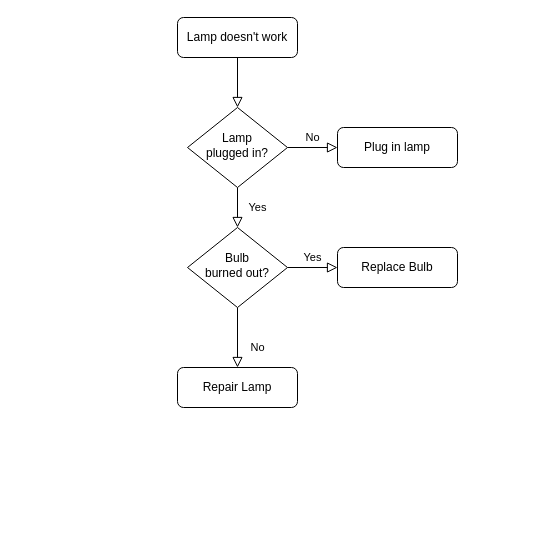
SivaPriya03/React_internals keeps this draw.io diagram as concurrent.drawio. Above is the earlier version. Source tidied: cells renumbered, new cells numbered last; positions are measured from the earlier drawing's top-left corner, leaving out a move shared by most shapes. Both pictures are drawn from the tidied source at 100%, with x=0, y=0 at pixel (177, 17).
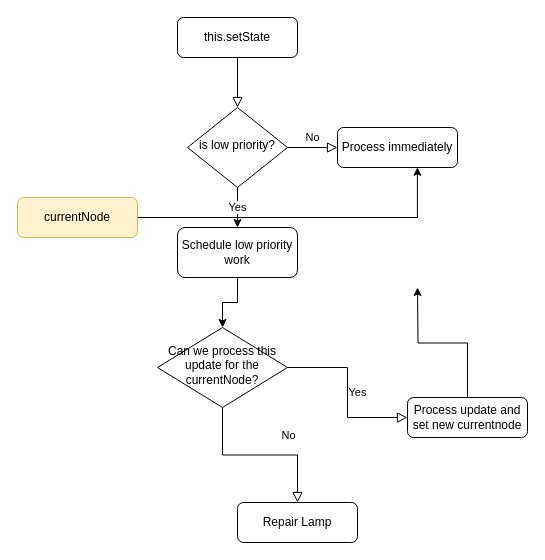
The same diagram, later.

Change to the diagram source:
```diff
@@
 <mxGraphModel>
   <root>
     <mxCell id="0" />
     <mxCell id="1" parent="0" />
     <mxCell id="2" style="rounded=0;html=1;jettySize=auto;fontSize=11;endArrow=block;endFill=0;endSize=8;strokeWidth=1;shadow=0;labelBackgroundColor=none;edgeStyle=orthogonalEdgeStyle;" parent="1" edge="1" source="3" target="6">
       <mxGeometry relative="1" as="geometry" />
     </mxCell>
-    <mxCell id="3" value="Lamp doesn't work" style="rounded=1;whiteSpace=wrap;html=1;fontSize=12;glass=0;strokeWidth=1;shadow=0;" parent="1" vertex="1">
+    <mxCell id="3" value="this.setState" style="rounded=1;whiteSpace=wrap;html=1;fontSize=12;glass=0;strokeWidth=1;shadow=0;" parent="1" vertex="1">
       <mxGeometry width="120" height="40" as="geometry" />
     </mxCell>
+    <mxCell id="5" value="No" style="edgeStyle=orthogonalEdgeStyle;rounded=0;html=1;jettySize=auto;fontSize=11;endArrow=block;endFill=0;endSize=8;strokeWidth=1;shadow=0;labelBackgroundColor=none;" parent="1" edge="1" source="6" target="7">
+      <mxGeometry y="10" relative="1" as="geometry" />
+    </mxCell>
-    <mxCell id="4" value="Yes" style="rounded=0;html=1;jettySize=auto;fontSize=11;endArrow=block;endFill=0;endSize=8;strokeWidth=1;shadow=0;labelBackgroundColor=none;edgeStyle=orthogonalEdgeStyle;" parent="1" edge="1" source="6" target="10">
-      <mxGeometry y="20" relative="1" as="geometry" />
+    <mxCell id="4" value="Yes" style="edgeStyle=orthogonalEdgeStyle;rounded=0;jettySize=auto;html=1;" parent="1" edge="1" source="6" target="15">
+      <mxGeometry relative="1" as="geometry" />
     </mxCell>
-    <mxCell id="5" value="No" style="edgeStyle=orthogonalEdgeStyle;rounded=0;html=1;jettySize=auto;fontSize=11;endArrow=block;endFill=0;endSize=8;strokeWidth=1;shadow=0;labelBackgroundColor=none;" parent="1" edge="1" source="6" target="7">
-      <mxGeometry y="10" relative="1" as="geometry" />
-    </mxCell>
-    <mxCell id="6" value="Lamp&lt;br&gt;plugged in?" style="rhombus;whiteSpace=wrap;html=1;shadow=0;fontFamily=Helvetica;fontSize=12;align=center;strokeWidth=1;spacing=6;spacingTop=-4;" parent="1" vertex="1">
+    <mxCell id="6" value="is low priority?" style="rhombus;whiteSpace=wrap;html=1;shadow=0;fontFamily=Helvetica;fontSize=12;align=center;strokeWidth=1;spacing=6;spacingTop=-4;" parent="1" vertex="1">
       <mxGeometry x="10" y="90" width="100" height="80" as="geometry" />
     </mxCell>
-    <mxCell id="7" value="Plug in lamp" style="rounded=1;whiteSpace=wrap;html=1;fontSize=12;glass=0;strokeWidth=1;shadow=0;" parent="1" vertex="1">
+    <mxCell id="7" value="Process immediately" style="rounded=1;whiteSpace=wrap;html=1;fontSize=12;glass=0;strokeWidth=1;shadow=0;" parent="1" vertex="1">
       <mxGeometry x="160" y="110" width="120" height="40" as="geometry" />
     </mxCell>
     <mxCell id="8" value="No" style="rounded=0;html=1;jettySize=auto;fontSize=11;endArrow=block;endFill=0;endSize=8;strokeWidth=1;shadow=0;labelBackgroundColor=none;edgeStyle=orthogonalEdgeStyle;" parent="1" edge="1" source="10" target="11">
       <mxGeometry x="0.33" y="20" relative="1" as="geometry" />
     </mxCell>
     <mxCell id="9" value="Yes" style="edgeStyle=orthogonalEdgeStyle;rounded=0;html=1;jettySize=auto;fontSize=11;endArrow=block;endFill=0;endSize=8;strokeWidth=1;shadow=0;labelBackgroundColor=none;" parent="1" edge="1" source="10" target="12">
       <mxGeometry y="10" relative="1" as="geometry" />
     </mxCell>
-    <mxCell id="10" value="Bulb&lt;br&gt;burned out?" style="rhombus;whiteSpace=wrap;html=1;shadow=0;fontFamily=Helvetica;fontSize=12;align=center;strokeWidth=1;spacing=6;spacingTop=-4;" parent="1" vertex="1">
-      <mxGeometry x="10" y="210" width="100" height="80" as="geometry" />
+    <mxCell id="10" value="Can we process this update for the currentNode?" style="rhombus;whiteSpace=wrap;html=1;shadow=0;fontFamily=Helvetica;fontSize=12;align=center;strokeWidth=1;spacing=6;spacingTop=-4;" parent="1" vertex="1">
+      <mxGeometry x="-20" y="310" width="130" height="80" as="geometry" />
     </mxCell>
     <mxCell id="11" value="Repair Lamp" style="rounded=1;whiteSpace=wrap;html=1;fontSize=12;glass=0;strokeWidth=1;shadow=0;" parent="1" vertex="1">
-      <mxGeometry y="350" width="120" height="40" as="geometry" />
+      <mxGeometry x="60" y="485" width="120" height="40" as="geometry" />
     </mxCell>
+    <mxCell id="13" style="edgeStyle=orthogonalEdgeStyle;rounded=0;jettySize=auto;html=1;" parent="1" edge="1" source="12">
+      <mxGeometry relative="1" as="geometry">
+        <mxPoint x="240" y="270" as="targetPoint" />
+      </mxGeometry>
+    </mxCell>
-    <mxCell id="12" value="Replace Bulb" style="rounded=1;whiteSpace=wrap;html=1;fontSize=12;glass=0;strokeWidth=1;shadow=0;" parent="1" vertex="1">
-      <mxGeometry x="160" y="230" width="120" height="40" as="geometry" />
+    <mxCell id="12" value="Process update and set new currentnode" style="rounded=1;whiteSpace=wrap;html=1;fontSize=12;glass=0;strokeWidth=1;shadow=0;" parent="1" vertex="1">
+      <mxGeometry x="230" y="380" width="120" height="40" as="geometry" />
     </mxCell>
+    <mxCell id="14" style="edgeStyle=orthogonalEdgeStyle;rounded=0;jettySize=auto;html=1;entryX=0.5;entryY=0;entryDx=0;entryDy=0;" parent="1" edge="1" source="15" target="10">
+      <mxGeometry relative="1" as="geometry" />
+    </mxCell>
+    <mxCell id="15" value="Schedule low priority work" style="rounded=1;whiteSpace=wrap;html=1;fontSize=12;glass=0;strokeWidth=1;shadow=0;" parent="1" vertex="1">
+      <mxGeometry y="210" width="120" height="50" as="geometry" />
+    </mxCell>
+    <mxCell id="16" style="edgeStyle=orthogonalEdgeStyle;rounded=0;jettySize=auto;html=1;entryX=0.666;entryY=0.994;entryDx=0;entryDy=0;entryPerimeter=0;" parent="1" edge="1" source="17" target="7">
+      <mxGeometry relative="1" as="geometry" />
+    </mxCell>
+    <mxCell id="17" value="currentNode" style="rounded=1;whiteSpace=wrap;html=1;fontSize=12;glass=0;strokeWidth=1;shadow=0;fillColor=#fff2cc;strokeColor=#d6b656;" parent="1" vertex="1">
+      <mxGeometry x="-160" y="180" width="120" height="40" as="geometry" />
+    </mxCell>
   </root>
 </mxGraphModel>
```
